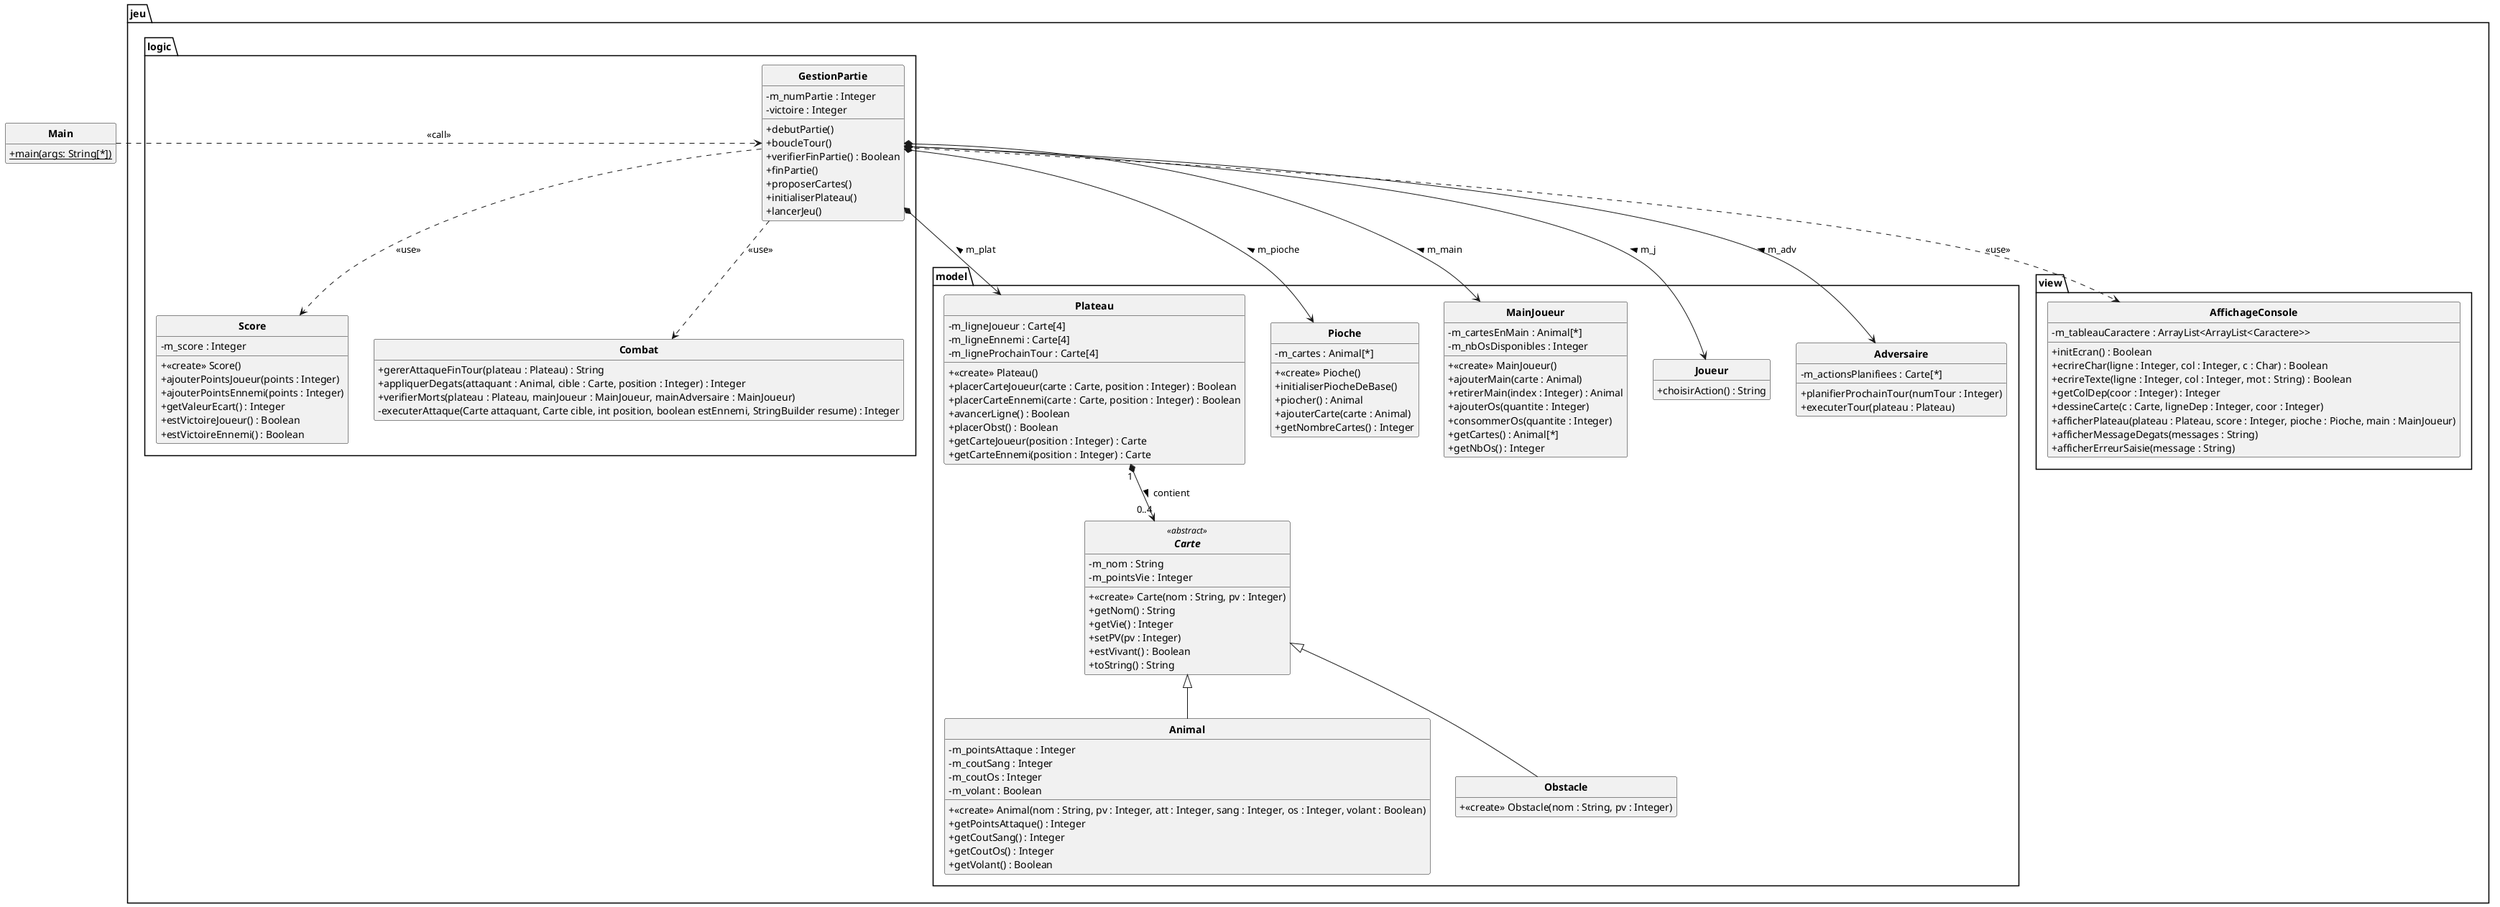
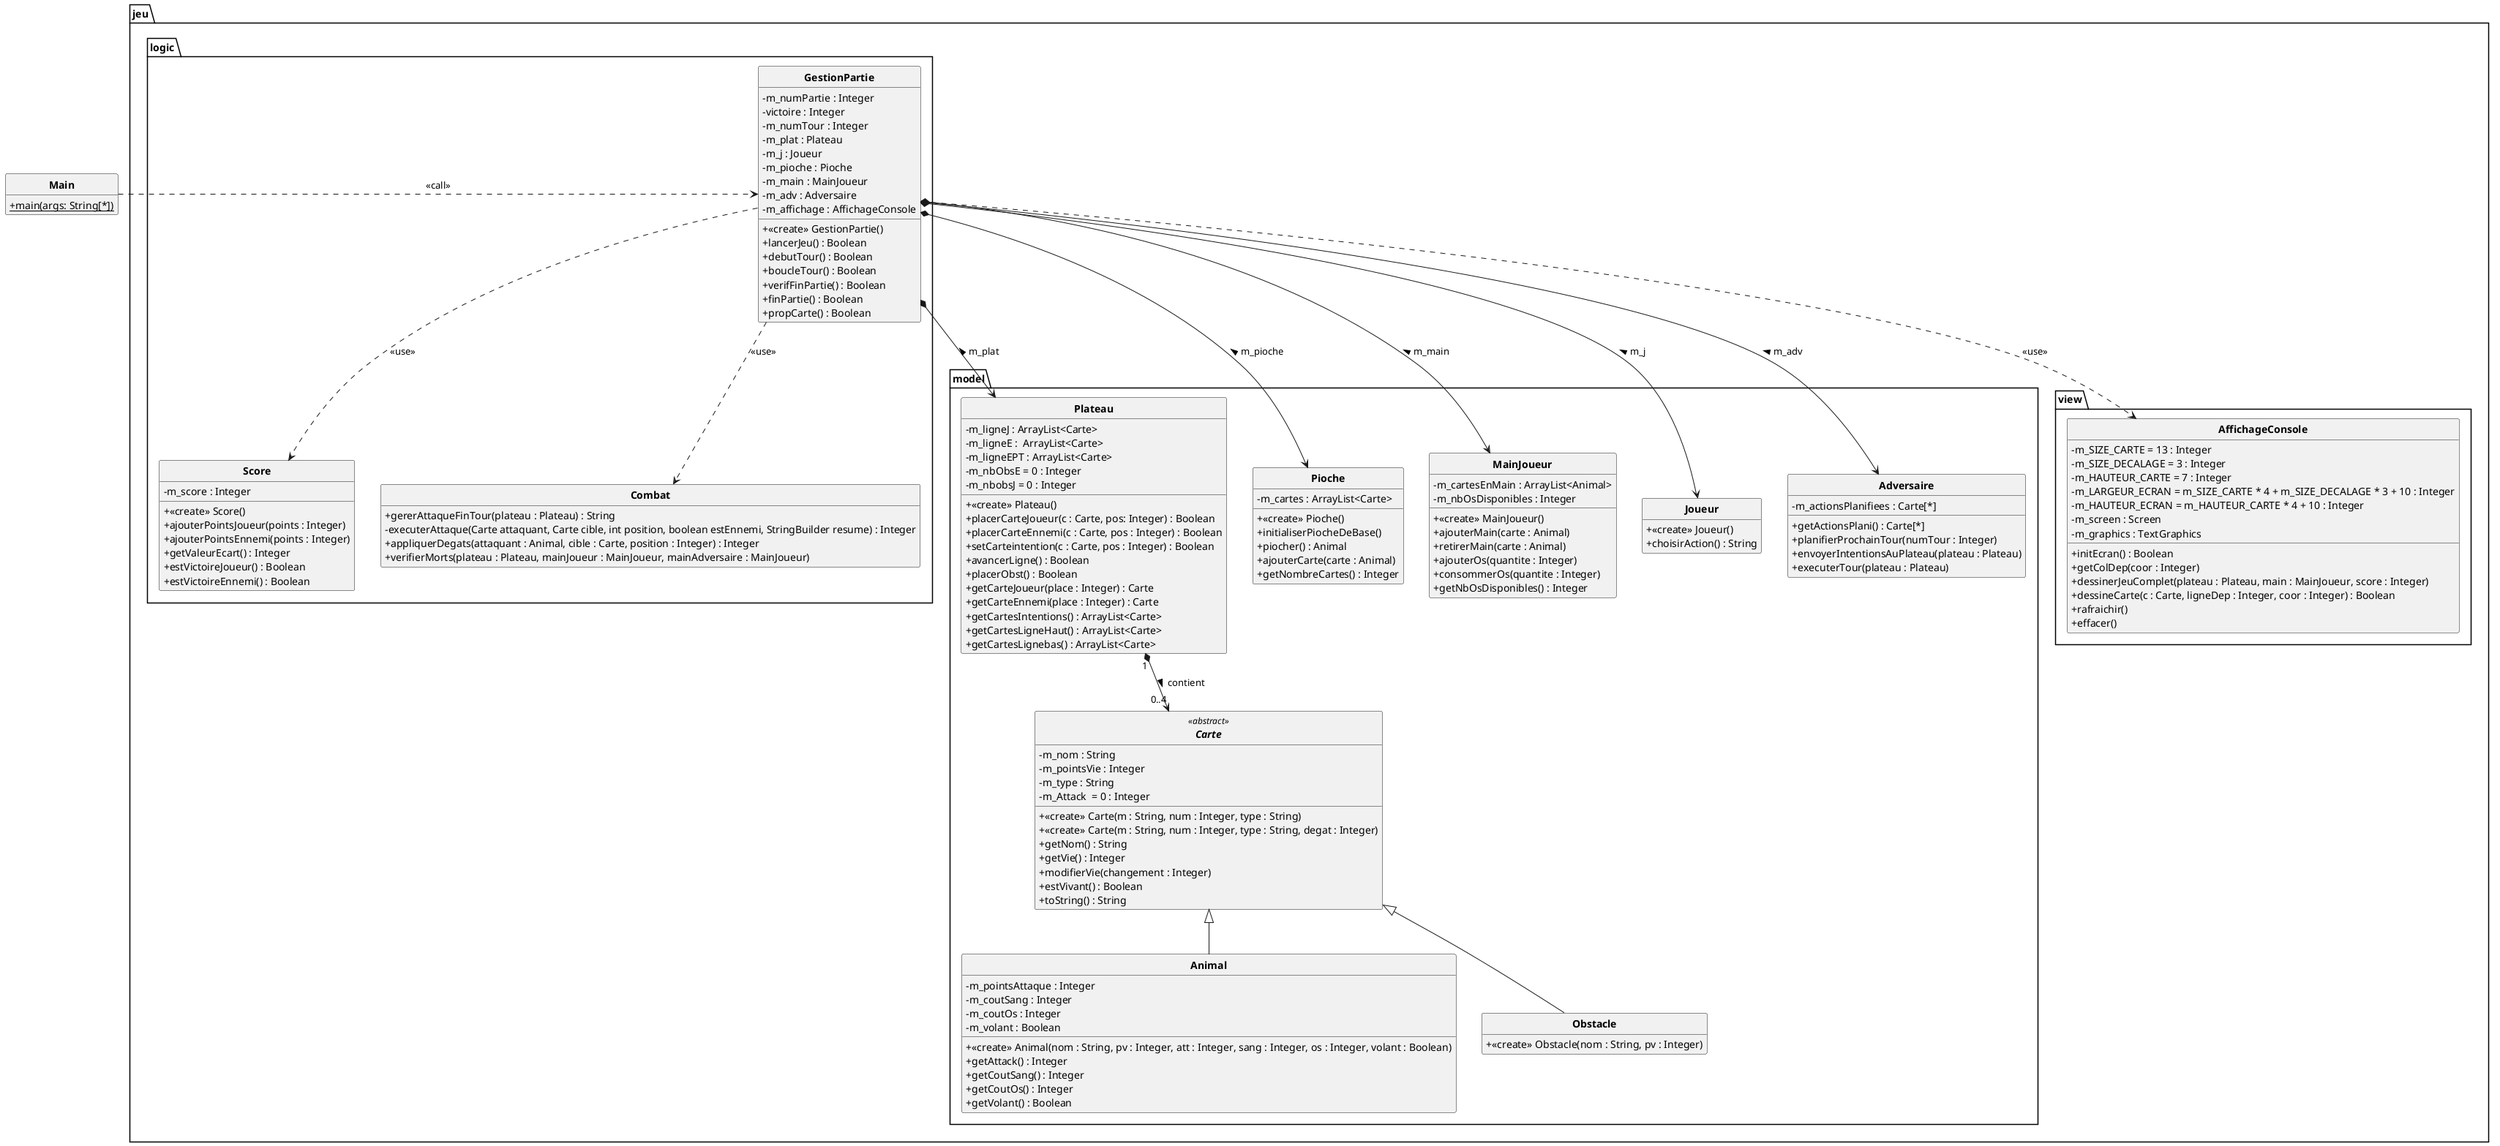
@startuml
'https://plantuml.com/class-diagram
skinparam classAttributeIconSize 0
skinparam classFontStyle Bold
skinparam style strictuml
hide empty members

class Main {
    +{static} main(args: String[*])
}

package jeu {
    package logic {
        class GestionPartie {
            - m_numPartie : Integer
            - victoire : Integer
-             + debutPartie()
-             + boucleTour()
-             + verifierFinPartie() : Boolean
-             + finPartie()
-             + proposerCartes()
-             + initialiserPlateau()
-             + lancerJeu()
+             - m_numTour : Integer
+             - m_plat : Plateau
+             - m_j : Joueur
+             - m_pioche : Pioche
+             - m_main : MainJoueur
+             - m_adv : Adversaire
+             - m_affichage : AffichageConsole
+             + <<create>> GestionPartie()
+             + lancerJeu() : Boolean
+             + debutTour() : Boolean
+             + boucleTour() : Boolean
+             + verifFinPartie() : Boolean
+             + finPartie() : Boolean
+             + propCarte() : Boolean
        }
        class Score {
            - m_score : Integer
            + <<create>> Score()
            + ajouterPointsJoueur(points : Integer)
            + ajouterPointsEnnemi(points : Integer)
            + getValeurEcart() : Integer
            + estVictoireJoueur() : Boolean
            + estVictoireEnnemi() : Boolean
                }
        class Combat {
            + gererAttaqueFinTour(plateau : Plateau) : String
+             - executerAttaque(Carte attaquant, Carte cible, int position, boolean estEnnemi, StringBuilder resume) : Integer
            + appliquerDegats(attaquant : Animal, cible : Carte, position : Integer) : Integer
            + verifierMorts(plateau : Plateau, mainJoueur : MainJoueur, mainAdversaire : MainJoueur)
-             - executerAttaque(Carte attaquant, Carte cible, int position, boolean estEnnemi, StringBuilder resume) : Integer
        }
    }

    package model {
        abstract class Carte <<abstract>> {
            - m_nom : String
            - m_pointsVie : Integer
-             + <<create>> Carte(nom : String, pv : Integer)
+             - m_type : String
+             - m_Attack  = 0 : Integer
+             + <<create>> Carte(m : String, num : Integer, type : String)
+             + <<create>> Carte(m : String, num : Integer, type : String, degat : Integer)
            + getNom() : String
            + getVie() : Integer
-             + setPV(pv : Integer)
+             + modifierVie(changement : Integer)
            + estVivant() : Boolean
            + toString() : String
        }

        class Animal extends Carte {
            - m_pointsAttaque : Integer
            - m_coutSang : Integer
            - m_coutOs : Integer
            - m_volant : Boolean
            + <<create>> Animal(nom : String, pv : Integer, att : Integer, sang : Integer, os : Integer, volant : Boolean)
-             + getPointsAttaque() : Integer
+             + getAttack() : Integer
            + getCoutSang() : Integer
            + getCoutOs() : Integer
            + getVolant() : Boolean
        }

        class Obstacle extends Carte {
            + <<create>> Obstacle(nom : String, pv : Integer)
        }

        class Plateau {
-             - m_ligneJoueur : Carte[4]
-             - m_ligneEnnemi : Carte[4]
-             - m_ligneProchainTour : Carte[4]
+             - m_ligneJ : ArrayList<Carte>
+             - m_ligneE :  ArrayList<Carte>
+             - m_ligneEPT : ArrayList<Carte>
+             - m_nbObsE = 0 : Integer
+             - m_nbobsJ = 0 : Integer
            + <<create>> Plateau()
-             + placerCarteJoueur(carte : Carte, position : Integer) : Boolean
-             + placerCarteEnnemi(carte : Carte, position : Integer) : Boolean
+             + placerCarteJoueur(c : Carte, pos: Integer) : Boolean
+             + placerCarteEnnemi(c : Carte, pos : Integer) : Boolean
+             + setCarteintention(c : Carte, pos : Integer) : Boolean
            + avancerLigne() : Boolean
            + placerObst() : Boolean
-             + getCarteJoueur(position : Integer) : Carte
-             + getCarteEnnemi(position : Integer) : Carte
+             + getCarteJoueur(place : Integer) : Carte
+             + getCarteEnnemi(place : Integer) : Carte
+             + getCartesIntentions() : ArrayList<Carte>
+             + getCartesLigneHaut() : ArrayList<Carte>
+             + getCartesLignebas() : ArrayList<Carte>
        }

        class Pioche {
-             - m_cartes : Animal[*]
+             - m_cartes : ArrayList<Carte>
            + <<create>> Pioche()
            + initialiserPiocheDeBase()
            + piocher() : Animal
            + ajouterCarte(carte : Animal)
            + getNombreCartes() : Integer
        }

        class MainJoueur {
-             - m_cartesEnMain : Animal[*]
+             - m_cartesEnMain : ArrayList<Animal>
            - m_nbOsDisponibles : Integer
            + <<create>> MainJoueur()
            + ajouterMain(carte : Animal)
-             + retirerMain(index : Integer) : Animal
+             + retirerMain(carte : Animal)
            + ajouterOs(quantite : Integer)
            + consommerOs(quantite : Integer)
-             + getCartes() : Animal[*]
-             + getNbOs() : Integer
+             + getNbOsDisponibles() : Integer
        }

        class Joueur {
+             + <<create>> Joueur()
            + choisirAction() : String
        }

        class Adversaire {
            - m_actionsPlanifiees : Carte[*]
+             + getActionsPlani() : Carte[*]
            + planifierProchainTour(numTour : Integer)
+             + envoyerIntentionsAuPlateau(plateau : Plateau)
            + executerTour(plateau : Plateau)
        }
    }

    package view {
        class AffichageConsole {
-             - m_tableauCaractere : ArrayList<ArrayList<Caractere>>
+             - m_SIZE_CARTE = 13 : Integer
+             - m_SIZE_DECALAGE = 3 : Integer
+             - m_HAUTEUR_CARTE = 7 : Integer
+             - m_LARGEUR_ECRAN = m_SIZE_CARTE * 4 + m_SIZE_DECALAGE * 3 + 10 : Integer
+             - m_HAUTEUR_ECRAN = m_HAUTEUR_CARTE * 4 + 10 : Integer
+             - m_screen : Screen
+             - m_graphics : TextGraphics
            + initEcran() : Boolean
-             + ecrireChar(ligne : Integer, col : Integer, c : Char) : Boolean
-             + ecrireTexte(ligne : Integer, col : Integer, mot : String) : Boolean
-             + getColDep(coor : Integer) : Integer
-             + dessineCarte(c : Carte, ligneDep : Integer, coor : Integer)
-             + afficherPlateau(plateau : Plateau, score : Integer, pioche : Pioche, main : MainJoueur)
-             + afficherMessageDegats(messages : String)
-             + afficherErreurSaisie(message : String)
+             + getColDep(coor : Integer)
+             + dessinerJeuComplet(plateau : Plateau, main : MainJoueur, score : Integer)
+             + dessineCarte(c : Carte, ligneDep : Integer, coor : Integer) : Boolean
+             + rafraichir()
+             + effacer()
        }
    }
}

' --- Relations et Dépendances ---
Main .> GestionPartie : <<call>>

GestionPartie *--> Plateau : m_plat <
GestionPartie *--> Pioche : m_pioche <
GestionPartie *--> MainJoueur : m_main <
GestionPartie *--> Joueur : m_j <
GestionPartie *--> Adversaire : m_adv <
GestionPartie ..> Combat : <<use>>
GestionPartie ..> Score : <<use>>
GestionPartie ..> AffichageConsole : <<use>>

Plateau "1" *--> "0..4" Carte : contient >

@enduml
